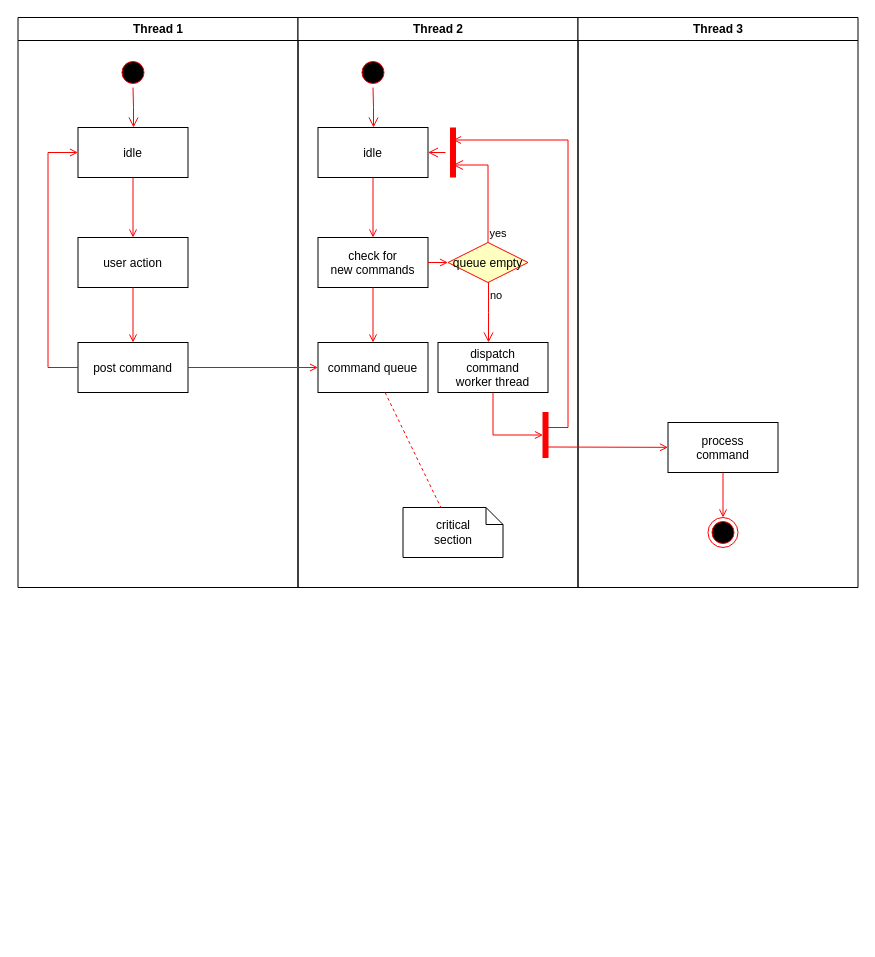
shilpathota/FlowCharts keeps this draw.io diagram as Untitled Diagram.drawio. Above is the earlier version. Source tidied: cells renumbered, new cells numbered last; positions are measured from the earlier drawing's top-left corner, leaving out a move shared by most shapes. Both pictures are drawn from the tidied source at 100%, with x=0, y=0 at pixel (17, 17).
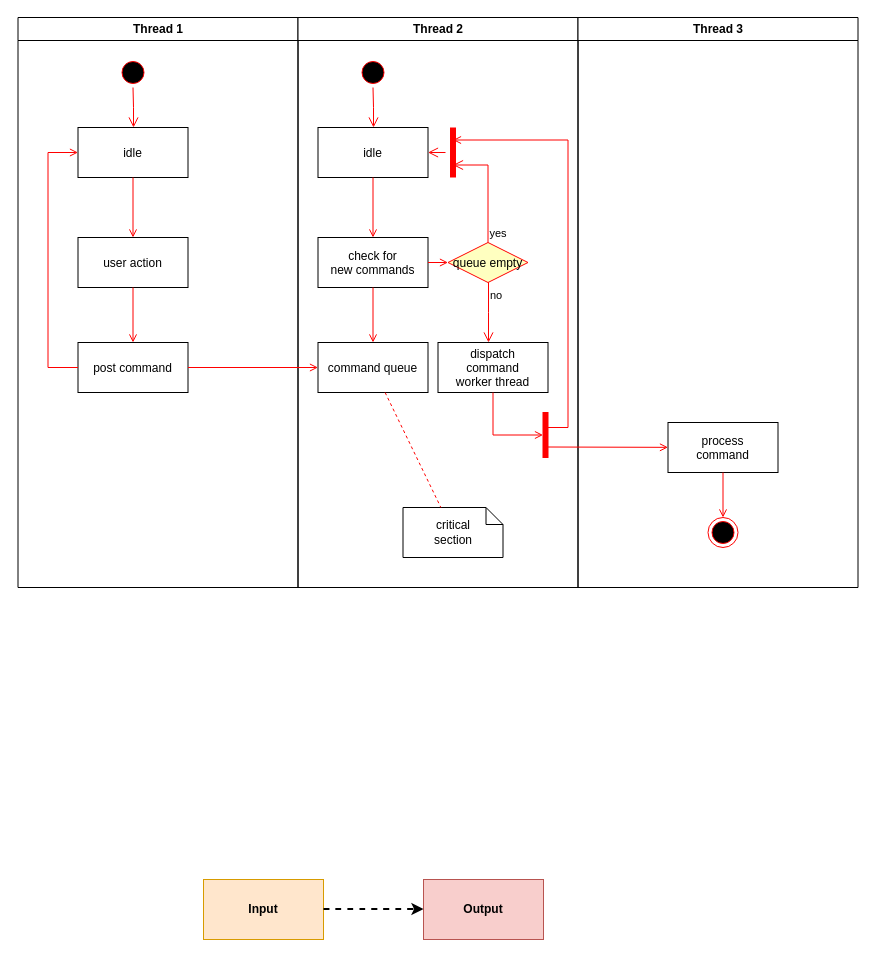
The same page after the edit.

The edit, as a diff of the source:
```diff
@@
+    <mxCell id="37" value="Output" style="rounded=0;whiteSpace=wrap;html=1;fontStyle=1;fillColor=#f8cecc;strokeColor=#b85450;" parent="1" vertex="1">
+      <mxGeometry x="406" y="862" width="120" height="60" as="geometry" />
+    </mxCell>
+    <mxCell id="38" value="Input" style="rounded=0;whiteSpace=wrap;html=1;fontStyle=1;fillColor=#ffe6cc;strokeColor=#d79b00;" parent="1" vertex="1">
+      <mxGeometry x="186" y="862" width="120" height="60" as="geometry" />
+    </mxCell>
+    <mxCell id="39" style="endArrow=classic;dashed=1;html=1;rounded=0;strokeWidth=2;flowAnimation=1;curved=1;startArrow=none;startFill=0;endFill=1;" parent="1" edge="1">
+      <mxGeometry relative="1" as="geometry">
+        <mxPoint x="306" y="891.5" as="sourcePoint" />
+        <mxPoint x="406" y="891.5" as="targetPoint" />
+      </mxGeometry>
+    </mxCell>
```
